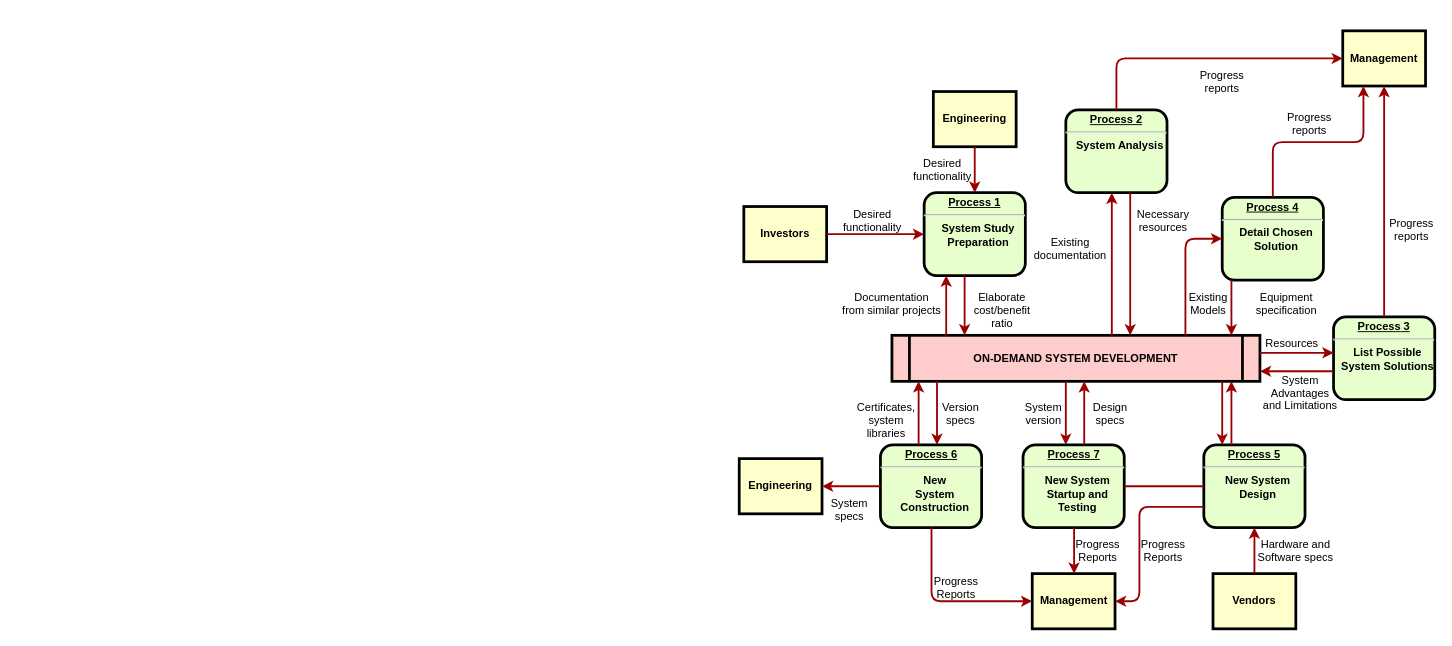
Above: Springmatter Functional Diagram.drawio in mfanSM/diagramFlowchart (draw.io), before the change. Source tidied: cells renumbered, new cells numbered last; positions are measured from the earlier drawing's top-left corner, leaving out a move shared by most shapes. Both pictures are drawn from the tidied source at 92%, with x=0, y=0 at pixel (739, 30).
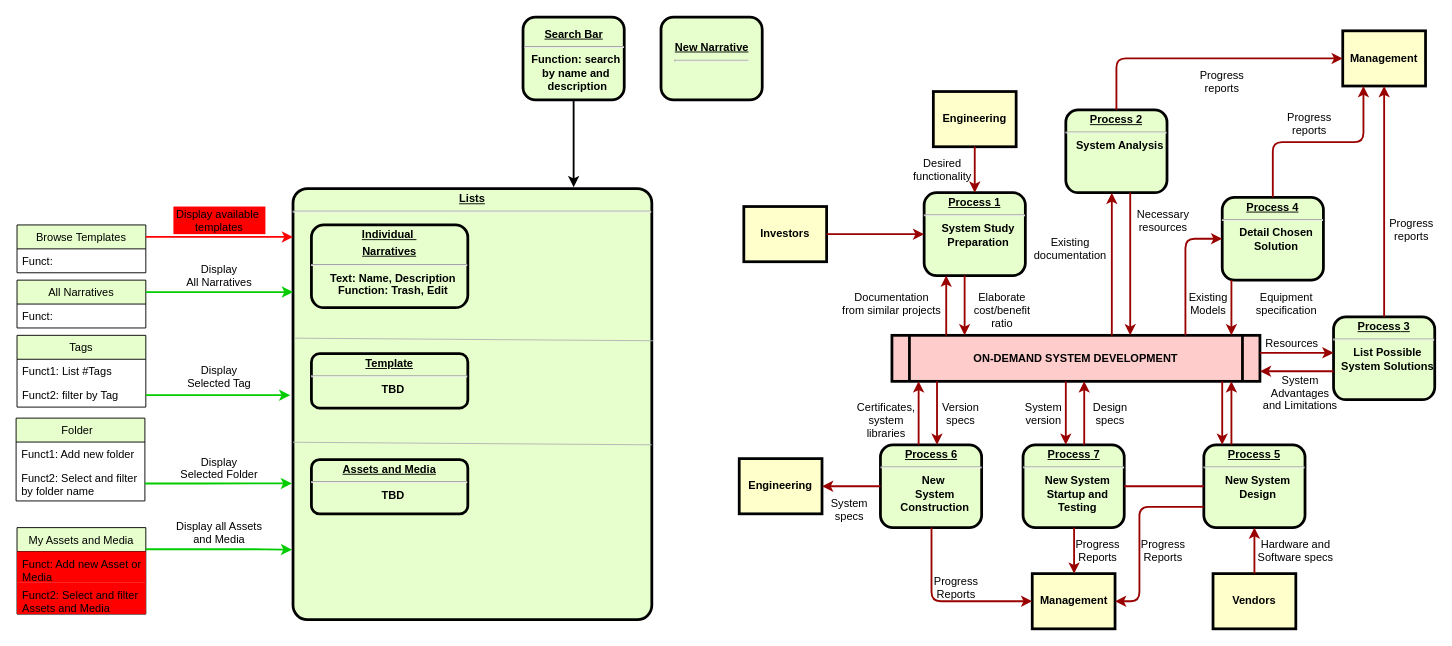
The same page after the edit.

Change to the diagram source:
```diff
@@
-    <mxCell id="10" value="&lt;p style=&quot;margin: 0px; margin-top: 4px; text-align: center; text-decoration: underline;&quot;&gt;&lt;strong&gt;&lt;strong&gt;Process&lt;/strong&gt; 6&lt;br /&gt;&lt;/strong&gt;&lt;/p&gt;&lt;hr /&gt;&lt;p style=&quot;margin: 0px; margin-left: 8px;&quot;&gt;New&lt;/p&gt;&lt;p style=&quot;margin: 0px; margin-left: 8px;&quot;&gt;System&lt;/p&gt;&lt;p style=&quot;margin: 0px; margin-left: 8px;&quot;&gt;Construction&lt;/p&gt;" style="verticalAlign=middle;align=center;overflow=fill;fontSize=12;fontFamily=Helvetica;html=1;rounded=1;fontStyle=1;strokeWidth=3;fillColor=#E6FFCC;" parent="1" vertex="1">
+    <mxCell id="10" value="&lt;p style=&quot;margin: 0px ; margin-top: 4px ; text-align: center ; text-decoration: underline&quot;&gt;&lt;strong&gt;&lt;strong&gt;Process&lt;/strong&gt; 6&lt;br&gt;&lt;/strong&gt;&lt;/p&gt;&lt;hr&gt;&lt;p style=&quot;margin: 0px ; margin-left: 8px&quot;&gt;New&amp;nbsp;&lt;/p&gt;&lt;p style=&quot;margin: 0px ; margin-left: 8px&quot;&gt;&lt;span&gt;System&lt;/span&gt;&lt;/p&gt;&lt;p style=&quot;margin: 0px ; margin-left: 8px&quot;&gt;Construction&lt;/p&gt;" style="verticalAlign=middle;align=center;overflow=fill;fontSize=12;fontFamily=Helvetica;html=1;rounded=1;fontStyle=1;strokeWidth=3;fillColor=#E6FFCC;" parent="1" vertex="1">
       <mxGeometry x="153.5" y="450" width="110" height="90" as="geometry" />
     </mxCell>
@@
-    <mxCell id="19" value="Desired &#10;functionality" style="text;spacingTop=-5;align=center;" parent="1" vertex="1">
-      <mxGeometry x="130" y="191" width="30" height="20" as="geometry" />
+    <mxCell id="19" value="Display available &#10;templates" style="text;spacingTop=-5;align=center;fillColor=#FF0000;" parent="1" vertex="1">
+      <mxGeometry x="-615" y="191" width="100" height="30" as="geometry" />
     </mxCell>
@@
+    <mxCell id="63" value="&lt;p style=&quot;margin: 0px ; margin-top: 4px ; text-align: center ; text-decoration: underline&quot;&gt;&lt;strong&gt;Lists&lt;br&gt;&lt;/strong&gt;&lt;/p&gt;&lt;hr&gt;&lt;p style=&quot;margin: 0px ; margin-left: 8px&quot;&gt;&lt;br&gt;&lt;/p&gt;" style="verticalAlign=middle;align=center;overflow=fill;fontSize=12;fontFamily=Helvetica;html=1;rounded=1;fontStyle=1;strokeWidth=3;fillColor=#E6FFCC;arcSize=4;" parent="1" vertex="1">
+      <mxGeometry x="-485" y="171.5" width="390" height="468.5" as="geometry" />
+    </mxCell>
+    <mxCell id="64" value="&lt;p style=&quot;margin: 0px ; margin-top: 4px ; text-align: center ; text-decoration: underline&quot;&gt;Individual&amp;nbsp;&lt;/p&gt;&lt;p style=&quot;margin: 0px ; margin-top: 4px ; text-align: center ; text-decoration: underline&quot;&gt;Narratives&lt;/p&gt;&lt;hr&gt;&lt;p style=&quot;margin: 0px ; margin-left: 8px&quot;&gt;Text: Name, Description&lt;/p&gt;&lt;p style=&quot;margin: 0px ; margin-left: 8px&quot;&gt;Function: Trash, Edit&lt;/p&gt;" style="verticalAlign=middle;align=center;overflow=fill;fontSize=12;fontFamily=Helvetica;html=1;rounded=1;fontStyle=1;strokeWidth=3;fillColor=#E6FFCC;" parent="1" vertex="1">
+      <mxGeometry x="-465" y="211" width="170" height="90" as="geometry" />
+    </mxCell>
+    <mxCell id="65" value="&lt;p style=&quot;margin: 0px ; margin-top: 4px ; text-align: center ; text-decoration: underline&quot;&gt;&lt;strong&gt;Search Bar&lt;br&gt;&lt;/strong&gt;&lt;/p&gt;&lt;hr&gt;&lt;p style=&quot;margin: 0px ; margin-left: 8px&quot;&gt;Function: search&amp;nbsp;&lt;/p&gt;&lt;p style=&quot;margin: 0px ; margin-left: 8px&quot;&gt;by&amp;nbsp;&lt;span&gt;name and&amp;nbsp;&lt;/span&gt;&lt;/p&gt;&lt;p style=&quot;margin: 0px ; margin-left: 8px&quot;&gt;&lt;span&gt;description&lt;/span&gt;&lt;/p&gt;" style="verticalAlign=middle;align=center;overflow=auto;fontSize=12;fontFamily=Helvetica;html=1;rounded=1;fontStyle=1;strokeWidth=3;fillColor=#E6FFCC;" parent="1" vertex="1">
+      <mxGeometry x="-235" y="-15" width="110" height="90" as="geometry" />
+    </mxCell>
+    <mxCell id="66" value="&lt;p style=&quot;margin: 0px ; margin-top: 4px ; text-align: center ; text-decoration: underline&quot;&gt;&lt;strong&gt;New Narrative&lt;br&gt;&lt;/strong&gt;&lt;/p&gt;&lt;hr&gt;&lt;p style=&quot;margin: 0px ; margin-left: 8px&quot;&gt;&lt;br&gt;&lt;/p&gt;" style="verticalAlign=middle;align=center;overflow=auto;fontSize=12;fontFamily=Helvetica;html=1;rounded=1;fontStyle=1;strokeWidth=3;fillColor=#E6FFCC;" parent="1" vertex="1">
+      <mxGeometry x="-85" y="-15" width="110" height="90" as="geometry" />
+    </mxCell>
+    <mxCell id="67" style="edgeStyle=elbowEdgeStyle;elbow=horizontal;strokeColor=#000000;strokeWidth=2;exitX=0.5;exitY=1;exitDx=0;exitDy=0;" parent="1" edge="1" source="65">
+      <mxGeometry relative="1" as="geometry">
+        <mxPoint x="-180" y="170" as="targetPoint" />
+        <Array as="points">
+          <mxPoint x="-180" y="110" />
+        </Array>
+      </mxGeometry>
+    </mxCell>
+    <mxCell id="68" value="Browse Templates" style="swimlane;fontStyle=0;horizontal=1;startSize=26;fillColor=#E6FFCC;" parent="1" vertex="1">
+      <mxGeometry x="-785" y="211" width="140" height="52" as="geometry" />
+    </mxCell>
+    <mxCell id="69" value="Funct:" style="text;strokeColor=none;fillColor=none;align=left;verticalAlign=top;spacingLeft=4;spacingRight=4;overflow=hidden;" parent="68" vertex="1">
+      <mxGeometry y="26" width="140" height="26" as="geometry" />
+    </mxCell>
+    <mxCell id="70" style="edgeStyle=elbowEdgeStyle;elbow=horizontal;strokeColor=#FF0000;strokeWidth=2;exitX=1;exitY=0.25;exitDx=0;exitDy=0;" parent="1" edge="1" source="68">
+      <mxGeometry relative="1" as="geometry">
+        <mxPoint x="-485" y="224" as="targetPoint" />
+        <Array as="points">
+          <mxPoint x="-525" y="240" />
+        </Array>
+      </mxGeometry>
+    </mxCell>
+    <mxCell id="71" value="All Narratives" style="swimlane;fontStyle=0;horizontal=1;startSize=26;fillColor=#E6FFCC;" parent="1" vertex="1">
+      <mxGeometry x="-785" y="271" width="140" height="52" as="geometry" />
+    </mxCell>
+    <mxCell id="72" value="Funct:" style="text;strokeColor=none;fillColor=none;align=left;verticalAlign=top;spacingLeft=4;spacingRight=4;overflow=hidden;" parent="71" vertex="1">
+      <mxGeometry y="26" width="140" height="26" as="geometry" />
+    </mxCell>
+    <mxCell id="73" style="edgeStyle=elbowEdgeStyle;elbow=horizontal;strokeColor=#00CC00;strokeWidth=2;exitX=1;exitY=0.25;exitDx=0;exitDy=0;" parent="1" edge="1" source="71">
+      <mxGeometry relative="1" as="geometry">
+        <mxPoint x="-485" y="284" as="targetPoint" />
+        <Array as="points">
+          <mxPoint x="-525" y="300" />
+        </Array>
+      </mxGeometry>
+    </mxCell>
+    <mxCell id="74" value="Tags" style="swimlane;fontStyle=0;horizontal=1;startSize=26;fillColor=#E6FFCC;" parent="1" vertex="1">
+      <mxGeometry x="-785" y="331" width="140" height="78" as="geometry" />
+    </mxCell>
+    <mxCell id="75" value="Funct1: List #Tags" style="text;strokeColor=none;fillColor=none;align=left;verticalAlign=top;spacingLeft=4;spacingRight=4;overflow=hidden;" parent="74" vertex="1">
+      <mxGeometry y="26" width="140" height="26" as="geometry" />
+    </mxCell>
+    <mxCell id="76" value="Funct2: filter by Tag" style="text;strokeColor=none;fillColor=none;align=left;verticalAlign=top;spacingLeft=4;spacingRight=4;overflow=hidden;points=[[0,0.5],[1,0.5]];portConstraint=eastwest;" parent="74" vertex="1">
+      <mxGeometry y="52" width="140" height="26" as="geometry" />
+    </mxCell>
+    <mxCell id="77" style="edgeStyle=elbowEdgeStyle;elbow=horizontal;strokeColor=#00CC00;strokeWidth=2;" parent="1" edge="1" source="76">
+      <mxGeometry relative="1" as="geometry">
+        <mxPoint x="-488" y="396" as="targetPoint" />
+        <Array as="points">
+          <mxPoint x="-615" y="361" />
+        </Array>
+      </mxGeometry>
+    </mxCell>
+    <mxCell id="78" value="Display&#10;All Narratives" style="text;spacingTop=-5;align=center;fillColor=none;" parent="1" vertex="1">
+      <mxGeometry x="-615" y="251" width="100" height="30" as="geometry" />
+    </mxCell>
+    <mxCell id="79" value="Folder  " style="swimlane;fontStyle=0;horizontal=1;startSize=26;fillColor=#E6FFCC;" parent="1" vertex="1">
+      <mxGeometry x="-786" y="421" width="140" height="90" as="geometry" />
+    </mxCell>
+    <mxCell id="80" value="Funct1: Add new folder" style="text;strokeColor=none;fillColor=none;align=left;verticalAlign=top;spacingLeft=4;spacingRight=4;overflow=hidden;" parent="79" vertex="1">
+      <mxGeometry y="26" width="140" height="26" as="geometry" />
+    </mxCell>
+    <mxCell id="81" value="Funct2: Select and filter &#10;by folder name" style="text;strokeColor=none;fillColor=none;align=left;verticalAlign=top;spacingLeft=4;spacingRight=4;overflow=hidden;points=[[0,0.5],[1,0.5]];portConstraint=eastwest;overflow-wrap=normal;" parent="79" vertex="1">
+      <mxGeometry y="52" width="140" height="38" as="geometry" />
+    </mxCell>
+    <mxCell id="82" style="edgeStyle=elbowEdgeStyle;elbow=horizontal;strokeColor=#00CC00;strokeWidth=2;exitX=1;exitY=0.5;exitDx=0;exitDy=0;entryX=-0.003;entryY=0.684;entryDx=0;entryDy=0;entryPerimeter=0;" parent="1" edge="1" source="81" target="63">
+      <mxGeometry relative="1" as="geometry">
+        <Array as="points">
+          <mxPoint x="-595" y="430" />
+        </Array>
+      </mxGeometry>
+    </mxCell>
+    <mxCell id="83" value="Display&#10;Selected Tag" style="text;spacingTop=-5;align=center;fillColor=none;" parent="1" vertex="1">
+      <mxGeometry x="-615" y="361" width="100" height="30" as="geometry" />
+    </mxCell>
+    <mxCell id="84" value="Display&#10;Selected Folder" style="text;spacingTop=-5;align=center;fillColor=none;" parent="1" vertex="1">
+      <mxGeometry x="-615" y="460" width="100" height="30" as="geometry" />
+    </mxCell>
+    <mxCell id="85" value="My Assets and Media" style="swimlane;fontStyle=0;horizontal=1;startSize=26;fillColor=#E6FFCC;" parent="1" vertex="1">
+      <mxGeometry x="-785" y="540" width="140" height="94" as="geometry" />
+    </mxCell>
+    <mxCell id="86" value="Funct: Add new Asset or&#10;Media" style="text;strokeColor=none;fillColor=#FF0000;align=left;verticalAlign=top;spacingLeft=4;spacingRight=4;overflow=hidden;" parent="85" vertex="1">
+      <mxGeometry y="26" width="140" height="34" as="geometry" />
+    </mxCell>
+    <mxCell id="87" value="Funct2: Select and filter&#10;Assets and Media" style="text;strokeColor=none;fillColor=#FF0000;align=left;verticalAlign=top;spacingLeft=4;spacingRight=4;overflow=hidden;" parent="85" vertex="1">
+      <mxGeometry y="60" width="140" height="34" as="geometry" />
+    </mxCell>
+    <mxCell id="88" style="edgeStyle=elbowEdgeStyle;elbow=horizontal;strokeColor=#00CC00;strokeWidth=2;exitX=1;exitY=0.25;exitDx=0;exitDy=0;" parent="1" edge="1" source="85">
+      <mxGeometry relative="1" as="geometry">
+        <mxPoint x="-486" y="564" as="targetPoint" />
+        <Array as="points">
+          <mxPoint x="-526" y="599" />
+        </Array>
+      </mxGeometry>
+    </mxCell>
+    <mxCell id="89" value="Display all Assets &#10;and Media" style="text;spacingTop=-5;align=center;fillColor=none;" parent="1" vertex="1">
+      <mxGeometry x="-615" y="530" width="100" height="30" as="geometry" />
+    </mxCell>
+    <mxCell id="90" style="endArrow=none;html=1;strokeColor=#B3B3B3;exitX=0.003;exitY=0.347;exitDx=0;exitDy=0;exitPerimeter=0;entryX=1.003;entryY=0.353;entryDx=0;entryDy=0;entryPerimeter=0;" parent="1" edge="1" source="63" target="63">
+      <mxGeometry relative="1" as="geometry" />
+    </mxCell>
+    <mxCell id="91" value="&lt;p style=&quot;margin: 0px ; margin-top: 4px ; text-align: center ; text-decoration: underline&quot;&gt;Template&lt;/p&gt;&lt;hr&gt;&lt;p style=&quot;margin: 0px ; margin-left: 8px&quot;&gt;TBD&lt;/p&gt;" style="verticalAlign=middle;align=center;overflow=fill;fontSize=12;fontFamily=Helvetica;html=1;rounded=1;fontStyle=1;strokeWidth=3;fillColor=#E6FFCC;" parent="1" vertex="1">
+      <mxGeometry x="-465" y="351" width="170" height="59" as="geometry" />
+    </mxCell>
+    <mxCell id="92" value="&lt;p style=&quot;margin: 0px ; margin-top: 4px ; text-align: center ; text-decoration: underline&quot;&gt;Assets and Media&lt;/p&gt;&lt;hr&gt;&lt;p style=&quot;margin: 0px ; margin-left: 8px&quot;&gt;TBD&lt;/p&gt;" style="verticalAlign=middle;align=center;overflow=fill;fontSize=12;fontFamily=Helvetica;html=1;rounded=1;fontStyle=1;strokeWidth=3;fillColor=#E6FFCC;" parent="1" vertex="1">
+      <mxGeometry x="-465" y="466" width="170" height="59" as="geometry" />
+    </mxCell>
+    <mxCell id="93" style="endArrow=none;html=1;strokeColor=#B3B3B3;exitX=0.003;exitY=0.347;exitDx=0;exitDy=0;exitPerimeter=0;entryX=1.003;entryY=0.353;entryDx=0;entryDy=0;entryPerimeter=0;" parent="1" edge="1">
+      <mxGeometry relative="1" as="geometry">
+        <mxPoint x="-485" y="447.2" as="sourcePoint" />
+        <mxPoint x="-95" y="450" as="targetPoint" />
+      </mxGeometry>
+    </mxCell>
```
